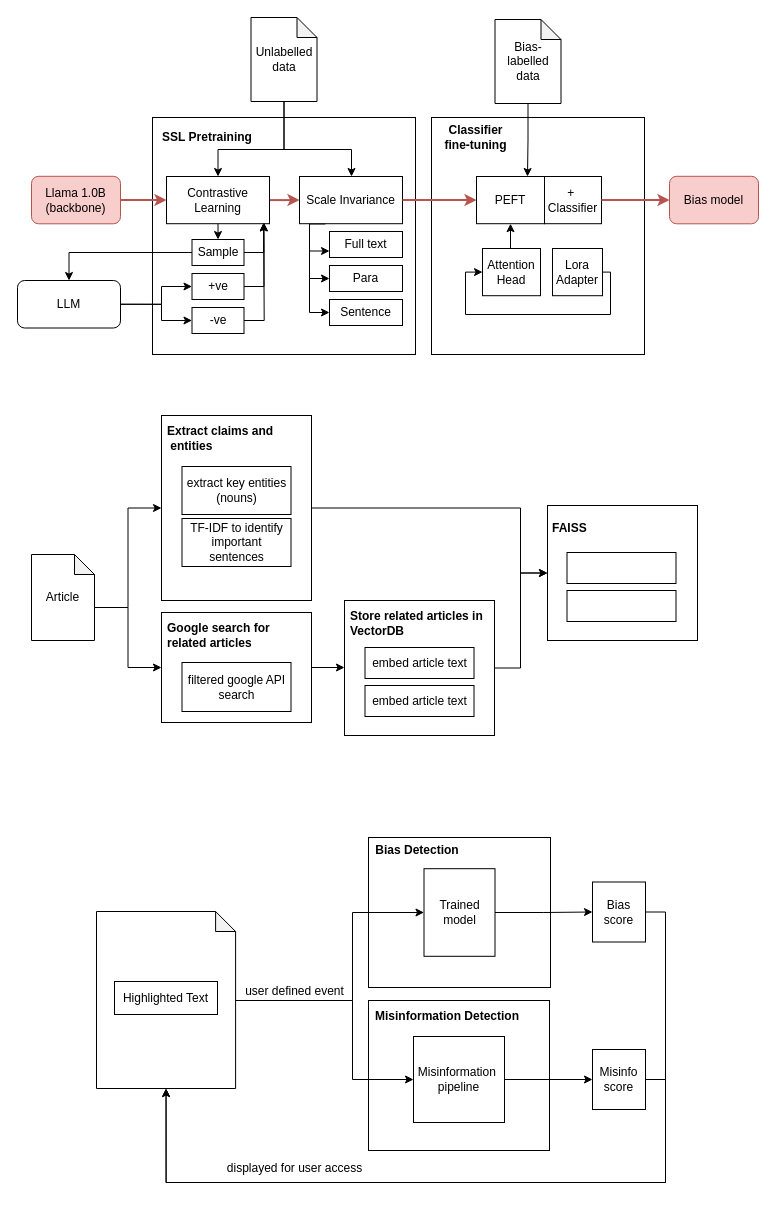
Before: Architecture.drawio in cvu-opensource/NTU-DLWeek2025, a draw.io diagram. Source tidied: cells renumbered, new cells numbered last; positions are measured from the earlier drawing's top-left corner, leaving out a move shared by most shapes. Both pictures are drawn from the tidied source at 100%, with x=0, y=0 at pixel (17, 17).
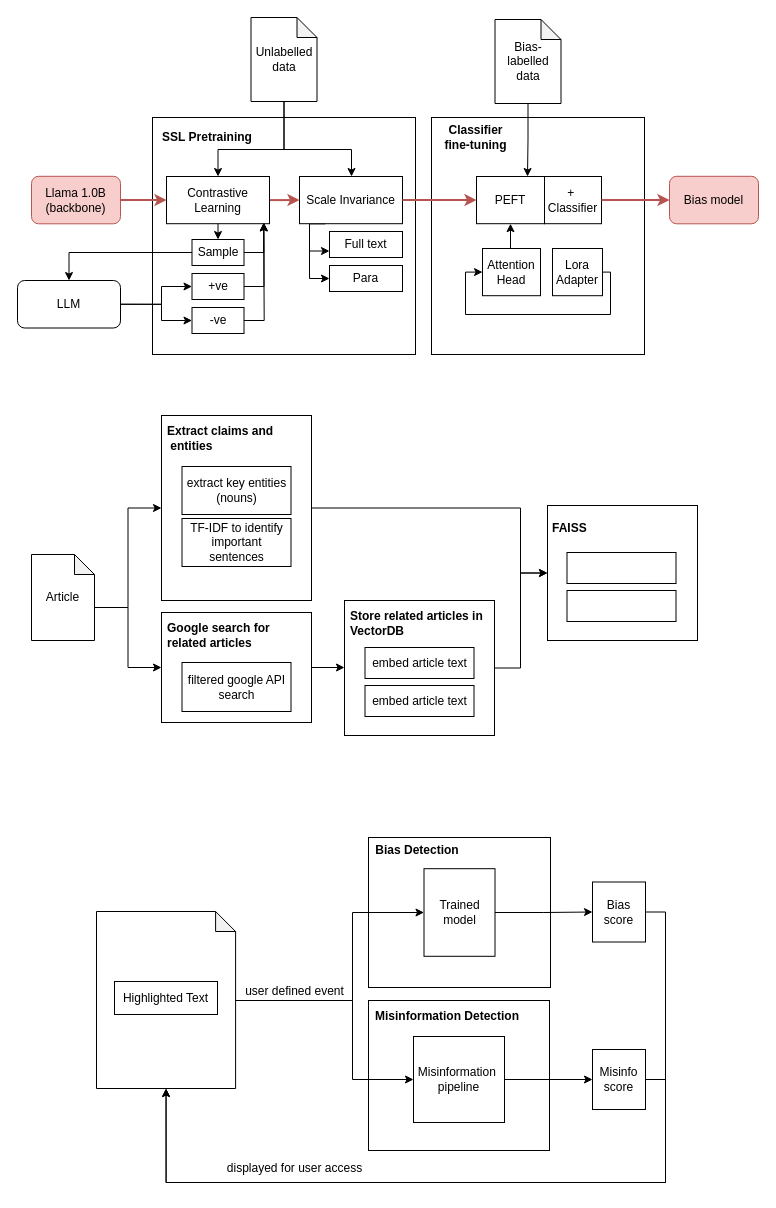
After the change.

Unchanged cells that the change refers to:
```xml
<mxCell id="2" style="group;" parent="1" vertex="1">
  <mxGeometry x="135" y="100" width="263" height="237" as="geometry" />
</mxCell>
<mxCell id="11" value="Scale Invariance" style="rounded=0;whiteSpace=wrap;html=1;" parent="2" vertex="1">
  <mxGeometry x="147" y="59" width="103" height="47.2" as="geometry" />
</mxCell>
```

Diff of the diagram source:
```diff
@@
-    <mxCell id="9" style="edgeStyle=orthogonalEdgeStyle;rounded=0;jettySize=auto;html=1;exitX=0.25;exitY=1;exitDx=0;exitDy=0;entryX=0;entryY=0.5;entryDx=0;entryDy=0;" parent="2" edge="1" source="11" target="14">
-      <mxGeometry relative="1" as="geometry">
-        <Array as="points">
-          <mxPoint x="157" y="106" />
-          <mxPoint x="157" y="195" />
-        </Array>
-      </mxGeometry>
-    </mxCell>
@@
-    <mxCell id="14" value="Sentence" style="rounded=0;whiteSpace=wrap;html=1;" parent="2" vertex="1">
-      <mxGeometry x="177" y="182" width="73" height="26" as="geometry" />
-    </mxCell>
```
